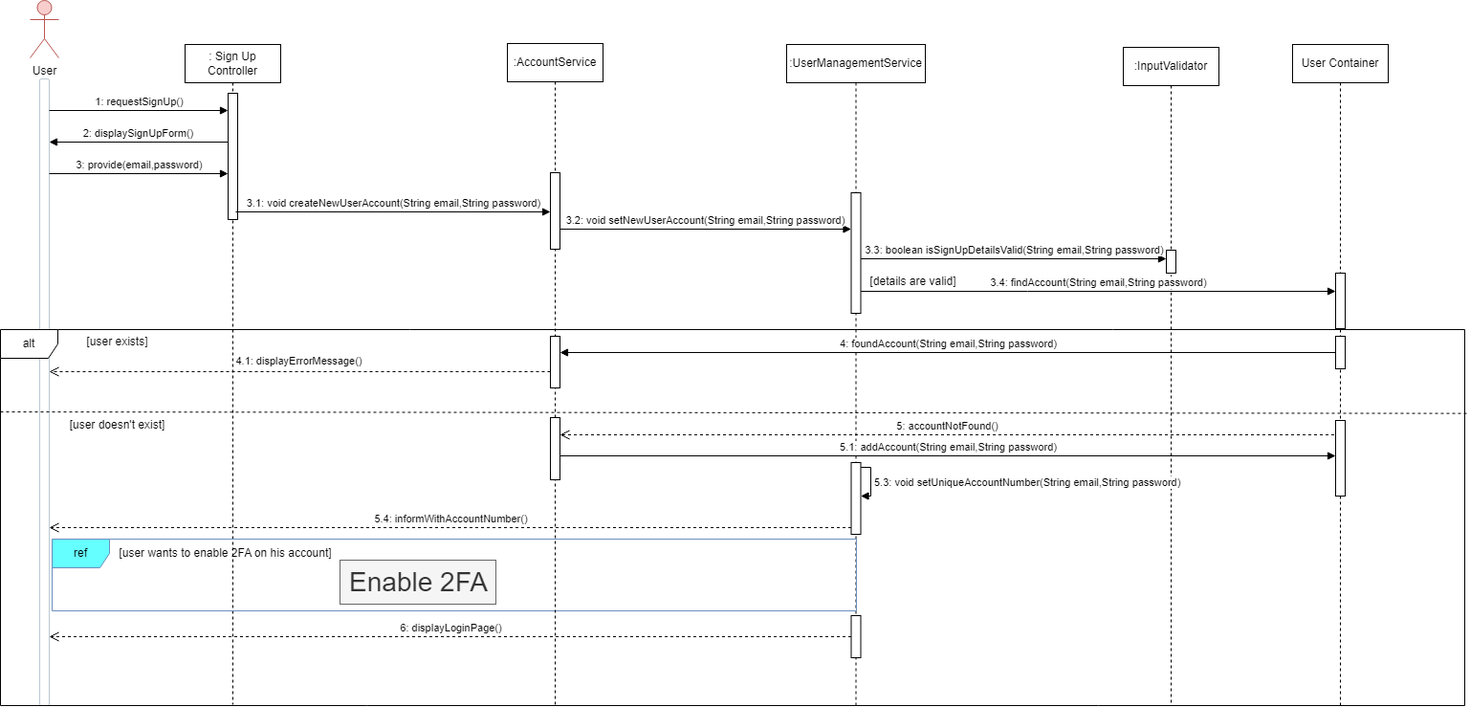
Earlier version of the draw.io export Diagrams/Sign Up.drawio.png (NemesisXVll/SDPGroupRepo). Source tidied: cells renumbered, new cells last; positions are measured from the earlier drawing's top-left corner, leaving out a move shared by most shapes.
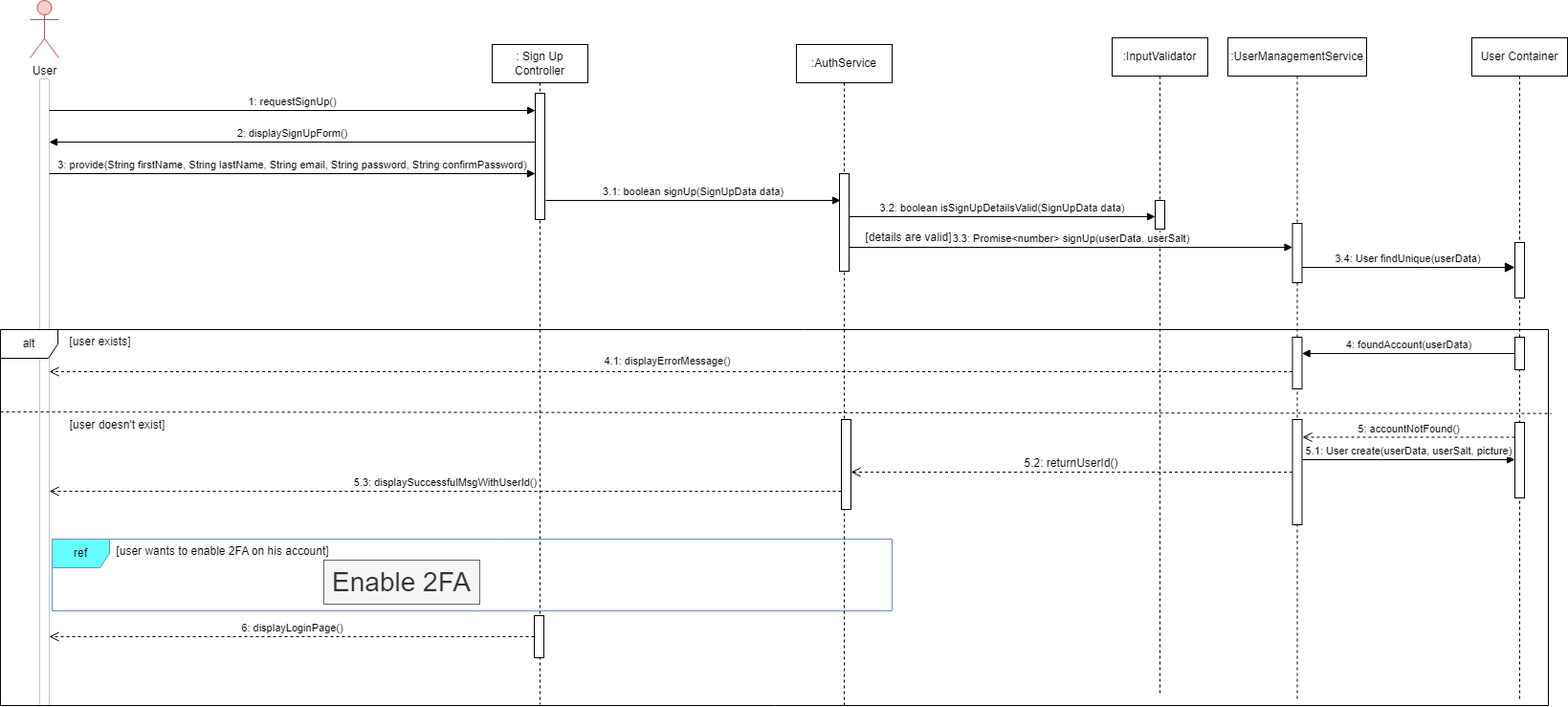
Later version of the same file.

The edit, as a diff of the source:
```diff
@@ -1,2 +1,2 @@
-<mxGraphModel>
+<mxGraphModel background="#ffffff">
   <root>
@@ -5,9 +5,9 @@
     <mxCell id="2" value="User" style="shape=umlActor;verticalLabelPosition=bottom;verticalAlign=top;html=1;rounded=1;labelBackgroundColor=none;fillColor=#f8cecc;strokeColor=#b85450;" parent="1" vertex="1">
-      <mxGeometry x="31" width="30" height="60" as="geometry" />
+      <mxGeometry x="373" y="447" width="30" height="60" as="geometry" />
     </mxCell>
-    <mxCell id="3" style="html=1;points=[];perimeter=orthogonalPerimeter;outlineConnect=0;targetShapes=umlLifeline;portConstraint=eastwest;newEdgeStyle={&quot;edgeStyle&quot;:&quot;elbowEdgeStyle&quot;,&quot;elbow&quot;:&quot;vertical&quot;,&quot;curved&quot;:0,&quot;rounded&quot;:0};rounded=1;labelBackgroundColor=none;fillColor=#FFFFFF;strokeColor=#BAC8D3;fontColor=#182E3E;" parent="1" vertex="1">
-      <mxGeometry x="41" y="82" width="10" height="655" as="geometry" />
-    </mxCell>
+    <mxCell id="42" style="html=1;points=[];perimeter=orthogonalPerimeter;outlineConnect=0;targetShapes=umlLifeline;portConstraint=eastwest;newEdgeStyle={&quot;edgeStyle&quot;:&quot;elbowEdgeStyle&quot;,&quot;elbow&quot;:&quot;vertical&quot;,&quot;curved&quot;:0,&quot;rounded&quot;:0};rounded=1;labelBackgroundColor=none;fillColor=#FFFFFF;strokeColor=#BAC8D3;fontColor=#182E3E;" parent="1" vertex="1">
+      <mxGeometry x="383" y="529" width="10" height="655" as="geometry" />
+    </mxCell>
     <mxCell id="4" value=": Sign Up Controller" style="shape=umlLifeline;perimeter=lifelinePerimeter;whiteSpace=wrap;html=1;newEdgeStyle={&quot;curved&quot;:0,&quot;rounded&quot;:0};" parent="1" vertex="1">
-      <mxGeometry x="193" y="46" width="100" height="690" as="geometry" />
+      <mxGeometry x="856" y="493" width="100" height="690" as="geometry" />
     </mxCell>
@@ -16,23 +16,38 @@
     </mxCell>
+    <mxCell id="43" style="html=1;points=[[0,0,0,0,5],[0,1,0,0,-5],[1,0,0,0,5],[1,1,0,0,-5]];perimeter=orthogonalPerimeter;outlineConnect=0;targetShapes=umlLifeline;portConstraint=eastwest;newEdgeStyle={&quot;curved&quot;:0,&quot;rounded&quot;:0};" parent="4" vertex="1">
+      <mxGeometry x="44" y="597" width="10" height="44" as="geometry" />
+    </mxCell>
     <mxCell id="6" value=":InputValidator" style="shape=umlLifeline;perimeter=lifelinePerimeter;whiteSpace=wrap;html=1;newEdgeStyle={&quot;curved&quot;:0,&quot;rounded&quot;:0};" parent="1" vertex="1">
-      <mxGeometry x="1174" y="49" width="100" height="687" as="geometry" />
+      <mxGeometry x="1504" y="486" width="100" height="687" as="geometry" />
     </mxCell>
-    <mxCell id="7" style="html=1;perimeter=orthogonalPerimeter;targetShapes=umlLifeline;newEdgeStyle={&quot;curved&quot;:0,&quot;rounded&quot;:0};" parent="6" vertex="1">
-      <mxGeometry x="45" y="212" width="10" height="24" as="geometry" />
-    </mxCell>
+    <mxCell id="44" style="html=1;perimeter=orthogonalPerimeter;targetShapes=umlLifeline;newEdgeStyle={&quot;curved&quot;:0,&quot;rounded&quot;:0};" parent="6" vertex="1">
+      <mxGeometry x="45" y="170" width="10" height="30" as="geometry" />
+    </mxCell>
     <mxCell id="8" value=":UserManagementService" style="shape=umlLifeline;perimeter=lifelinePerimeter;whiteSpace=wrap;html=1;newEdgeStyle={&quot;curved&quot;:0,&quot;rounded&quot;:0};" parent="1" vertex="1">
-      <mxGeometry x="822" y="46" width="145" height="692" as="geometry" />
+      <mxGeometry x="1625" y="486" width="145" height="692" as="geometry" />
     </mxCell>
-    <mxCell id="9" style="html=1;perimeter=orthogonalPerimeter;targetShapes=umlLifeline;newEdgeStyle={&quot;curved&quot;:0,&quot;rounded&quot;:0};" parent="8" vertex="1">
-      <mxGeometry x="67.5" y="155" width="10" height="126" as="geometry" />
-    </mxCell>
+    <mxCell id="45" style="html=1;points=[[0,0,0,0,5],[0,1,0,0,-5],[1,0,0,0,5],[1,1,0,0,-5]];perimeter=orthogonalPerimeter;outlineConnect=0;targetShapes=umlLifeline;portConstraint=eastwest;newEdgeStyle={&quot;curved&quot;:0,&quot;rounded&quot;:0};" parent="8" vertex="1">
+      <mxGeometry x="67.5" y="194" width="10" height="62" as="geometry" />
+    </mxCell>
+    <mxCell id="46" style="html=1;points=[[0,0,0,0,5],[0,1,0,0,-5],[1,0,0,0,5],[1,1,0,0,-5]];perimeter=orthogonalPerimeter;outlineConnect=0;targetShapes=umlLifeline;portConstraint=eastwest;newEdgeStyle={&quot;curved&quot;:0,&quot;rounded&quot;:0};" parent="8" vertex="1">
+      <mxGeometry x="67.5" y="313" width="10" height="54" as="geometry" />
+    </mxCell>
+    <mxCell id="47" style="html=1;points=[[0,0,0,0,5],[0,1,0,0,-5],[1,0,0,0,5],[1,1,0,0,-5]];perimeter=orthogonalPerimeter;outlineConnect=0;targetShapes=umlLifeline;portConstraint=eastwest;newEdgeStyle={&quot;curved&quot;:0,&quot;rounded&quot;:0};" parent="8" vertex="1">
+      <mxGeometry x="67.5" y="399" width="10" height="110" as="geometry" />
+    </mxCell>
     <mxCell id="10" value="User Container" style="shape=umlLifeline;perimeter=lifelinePerimeter;whiteSpace=wrap;html=1;newEdgeStyle={&quot;curved&quot;:0,&quot;rounded&quot;:0};" parent="1" vertex="1">
-      <mxGeometry x="1351" y="46" width="100" height="691" as="geometry" />
+      <mxGeometry x="1880" y="486" width="100" height="691" as="geometry" />
     </mxCell>
-    <mxCell id="11" style="html=1;perimeter=orthogonalPerimeter;targetShapes=umlLifeline;newEdgeStyle={&quot;curved&quot;:0,&quot;rounded&quot;:0};" parent="10" vertex="1">
-      <mxGeometry x="45" y="239" width="10" height="58" as="geometry" />
-    </mxCell>
+    <mxCell id="48" style="html=1;points=[[0,0,0,0,5],[0,1,0,0,-5],[1,0,0,0,5],[1,1,0,0,-5]];perimeter=orthogonalPerimeter;outlineConnect=0;targetShapes=umlLifeline;portConstraint=eastwest;newEdgeStyle={&quot;curved&quot;:0,&quot;rounded&quot;:0};" parent="10" vertex="1">
+      <mxGeometry x="45" y="214" width="10" height="58" as="geometry" />
+    </mxCell>
+    <mxCell id="49" style="html=1;points=[[0,0,0,0,5],[0,1,0,0,-5],[1,0,0,0,5],[1,1,0,0,-5]];perimeter=orthogonalPerimeter;outlineConnect=0;targetShapes=umlLifeline;portConstraint=eastwest;newEdgeStyle={&quot;curved&quot;:0,&quot;rounded&quot;:0};" parent="10" vertex="1">
+      <mxGeometry x="45" y="313" width="10" height="34" as="geometry" />
+    </mxCell>
+    <mxCell id="50" style="html=1;points=[[0,0,0,0,5],[0,1,0,0,-5],[1,0,0,0,5],[1,1,0,0,-5]];perimeter=orthogonalPerimeter;outlineConnect=0;targetShapes=umlLifeline;portConstraint=eastwest;newEdgeStyle={&quot;curved&quot;:0,&quot;rounded&quot;:0};" parent="10" vertex="1">
+      <mxGeometry x="45" y="402" width="10" height="79" as="geometry" />
+    </mxCell>
     <mxCell id="12" value="1: requestSignUp()" style="html=1;verticalAlign=bottom;endArrow=block;curved=0;rounded=0;" parent="1" edge="1" target="5">
       <mxGeometry relative="1" as="geometry">
-        <mxPoint x="51" y="115" as="sourcePoint" />
+        <mxPoint x="393" y="562" as="sourcePoint" />
       </mxGeometry>
@@ -41,45 +56,41 @@
       <mxGeometry relative="1" as="geometry">
-        <mxPoint x="51" y="148" as="targetPoint" />
+        <mxPoint x="393" y="595" as="targetPoint" />
       </mxGeometry>
     </mxCell>
-    <mxCell id="14" value="3: provide(email,password)" style="html=1;verticalAlign=bottom;endArrow=block;curved=0;rounded=0;" parent="1" edge="1" target="5">
-      <mxGeometry relative="1" as="geometry">
-        <mxPoint x="51" y="181" as="sourcePoint" />
-      </mxGeometry>
-    </mxCell>
-    <mxCell id="15" value="3.1: void createNewUserAccount(String email,String password)" style="html=1;verticalAlign=bottom;endArrow=block;curved=0;rounded=0;" parent="1" edge="1" target="38">
-      <mxGeometry relative="1" as="geometry">
-        <mxPoint x="246" y="221" as="sourcePoint" />
-      </mxGeometry>
-    </mxCell>
-    <mxCell id="16" value="3.3: boolean isSignUpDetailsValid(String email,String password)" style="html=1;verticalAlign=bottom;endArrow=block;curved=0;rounded=0;" parent="1" edge="1">
-      <mxGeometry relative="1" as="geometry">
-        <mxPoint x="899.5" y="270" as="sourcePoint" />
-        <mxPoint x="1219" y="270" as="targetPoint" />
-      </mxGeometry>
-    </mxCell>
-    <mxCell id="17" value="3.4: findAccount(String email,String password)" style="html=1;verticalAlign=bottom;endArrow=block;curved=0;rounded=0;" parent="1" edge="1">
-      <mxGeometry relative="1" as="geometry">
-        <mxPoint x="899.5" y="304" as="sourcePoint" />
-        <mxPoint x="1396" y="304" as="targetPoint" />
-        <Array as="points">
-          <mxPoint x="1074" y="304" />
-        </Array>
-      </mxGeometry>
-    </mxCell>
+    <mxCell id="51" value="3: provide(String firstName, String lastName, String email, String password, String confirmPassword)" style="html=1;verticalAlign=bottom;endArrow=block;curved=0;rounded=0;" parent="1" edge="1" target="5">
+      <mxGeometry relative="1" as="geometry">
+        <mxPoint x="393" y="628" as="sourcePoint" />
+      </mxGeometry>
+    </mxCell>
+    <mxCell id="52" value="3.1: boolean signUp(SignUpData data)" style="html=1;verticalAlign=bottom;endArrow=block;curved=0;rounded=0;" parent="1" edge="1">
+      <mxGeometry relative="1" as="geometry">
+        <mxPoint x="912" y="656" as="sourcePoint" />
+        <mxPoint x="1220" y="656" as="targetPoint" />
+      </mxGeometry>
+    </mxCell>
+    <mxCell id="53" value="3.2: boolean isSignUpDetailsValid(SignUpData data)" style="html=1;verticalAlign=bottom;endArrow=block;curved=0;rounded=0;" parent="1" edge="1">
+      <mxGeometry relative="1" as="geometry">
+        <mxPoint x="1229" y="673" as="sourcePoint" />
+        <mxPoint x="1549" y="673" as="targetPoint" />
+      </mxGeometry>
+    </mxCell>
+    <mxCell id="54" value="3.3: Promise&amp;lt;number&amp;gt; signUp(userData, userSalt)" style="html=1;verticalAlign=bottom;endArrow=block;curved=0;rounded=0;" parent="1" edge="1" source="59" target="45">
+      <mxGeometry relative="1" as="geometry">
+        <Array as="points">
+          <mxPoint x="1406.5" y="705" />
+        </Array>
+      </mxGeometry>
+    </mxCell>
     <mxCell id="18" value="alt" style="shape=umlFrame;whiteSpace=wrap;html=1;" parent="1" vertex="1">
-      <mxGeometry y="344" width="1531" height="393" as="geometry" />
+      <mxGeometry x="342" y="791" width="1618" height="393" as="geometry" />
     </mxCell>
-    <mxCell id="19" style="html=1;points=[[0,0,0,0,5],[0,1,0,0,-5],[1,0,0,0,5],[1,1,0,0,-5]];perimeter=orthogonalPerimeter;outlineConnect=0;targetShapes=umlLifeline;portConstraint=eastwest;newEdgeStyle={&quot;curved&quot;:0,&quot;rounded&quot;:0};" parent="1" vertex="1">
-      <mxGeometry x="1396" y="351" width="10" height="34" as="geometry" />
-    </mxCell>
     <mxCell id="20" value="[user exists]" style="text;html=1;align=center;verticalAlign=middle;strokeColor=none;fillColor=none;" parent="1" vertex="1">
-      <mxGeometry x="81" y="344" width="82" height="26" as="geometry" />
+      <mxGeometry x="405" y="791" width="82" height="26" as="geometry" />
     </mxCell>
-    <mxCell id="21" value="4: foundAccount(String email,String password)" style="html=1;verticalAlign=bottom;endArrow=block;curved=0;rounded=0;" parent="1" edge="1" source="19" target="39">
-      <mxGeometry relative="1" as="geometry" />
-    </mxCell>
+    <mxCell id="55" value="4: foundAccount(userData)" style="html=1;verticalAlign=bottom;endArrow=block;curved=0;rounded=0;" parent="1" edge="1" source="49" target="46">
+      <mxGeometry relative="1" as="geometry" />
+    </mxCell>
-    <mxCell id="22" value="4.1: displayErrorMessage()" style="html=1;verticalAlign=bottom;endArrow=open;dashed=1;endSize=8;curved=0;rounded=0;" parent="1" edge="1" source="39">
+    <mxCell id="22" value="4.1: displayErrorMessage()" style="html=1;verticalAlign=bottom;endArrow=open;dashed=1;endSize=8;curved=0;rounded=0;" parent="1" edge="1" source="46">
       <mxGeometry x="0.01" y="-2" relative="1" as="geometry">
-        <mxPoint x="51" y="388" as="targetPoint" />
+        <mxPoint x="393" y="835" as="targetPoint" />
       </mxGeometry>
@@ -90,48 +101,30 @@
     <mxCell id="24" value="[user doesn't exist]" style="text;html=1;align=center;verticalAlign=middle;strokeColor=none;fillColor=none;" parent="1" vertex="1">
-      <mxGeometry x="63" y="431" width="118" height="26" as="geometry" />
+      <mxGeometry x="405" y="878" width="118" height="26" as="geometry" />
     </mxCell>
-    <mxCell id="25" style="html=1;perimeter=orthogonalPerimeter;targetShapes=umlLifeline;newEdgeStyle={&quot;curved&quot;:0,&quot;rounded&quot;:0};" parent="1" vertex="1">
-      <mxGeometry x="1396" y="439" width="10" height="79" as="geometry" />
-    </mxCell>
-    <mxCell id="26" style="html=1;points=[[0,0,0,0,5],[0,1,0,0,-5],[1,0,0,0,5],[1,1,0,0,-5]];perimeter=orthogonalPerimeter;outlineConnect=0;targetShapes=umlLifeline;portConstraint=eastwest;newEdgeStyle={&quot;curved&quot;:0,&quot;rounded&quot;:0};" parent="1" vertex="1">
-      <mxGeometry x="889.5" y="483" width="10" height="75" as="geometry" />
-    </mxCell>
-    <mxCell id="27" value="5: accountNotFound()" style="html=1;verticalAlign=bottom;endArrow=open;dashed=1;endSize=8;curved=0;rounded=0;" parent="1" edge="1" target="40">
+    <mxCell id="27" value="5: accountNotFound()" style="html=1;verticalAlign=bottom;endArrow=open;dashed=1;endSize=8;curved=0;rounded=0;" parent="1" edge="1" source="50">
       <mxGeometry relative="1" as="geometry">
-        <mxPoint x="1394.5" y="454" as="sourcePoint" />
+        <mxPoint x="1703" y="903.5" as="targetPoint" />
       </mxGeometry>
     </mxCell>
-    <mxCell id="28" value="5.1: addAccount(String email,String password)" style="html=1;verticalAlign=bottom;endArrow=block;curved=0;rounded=0;" parent="1" edge="1" source="40">
-      <mxGeometry relative="1" as="geometry">
-        <mxPoint x="1396" y="476" as="targetPoint" />
-      </mxGeometry>
-    </mxCell>
-    <mxCell id="29" value="5.3: void setUniqueAccountNumber(String email,String password)" style="html=1;align=left;spacingLeft=2;endArrow=block;rounded=0;edgeStyle=orthogonalEdgeStyle;curved=0;rounded=0;" parent="1" edge="1">
-      <mxGeometry relative="1" as="geometry">
-        <mxPoint x="899.5" y="488" as="sourcePoint" />
-        <mxPoint x="899.5" y="518" as="targetPoint" />
-        <Array as="points">
-          <mxPoint x="910" y="488" />
-          <mxPoint x="910" y="518" />
-        </Array>
-      </mxGeometry>
-    </mxCell>
+    <mxCell id="56" value="5.1: User create(userData, userSalt, picture)" style="html=1;verticalAlign=bottom;endArrow=block;curved=0;rounded=0;" parent="1" edge="1" target="50">
+      <mxGeometry relative="1" as="geometry">
+        <mxPoint x="1703" y="927" as="sourcePoint" />
+      </mxGeometry>
+    </mxCell>
     <mxCell id="30" value="ref" style="shape=umlFrame;whiteSpace=wrap;html=1;fillColor=#66FFFF;strokeColor=#6c8ebf;" parent="1" vertex="1">
-      <mxGeometry x="54" y="563" width="841" height="75" as="geometry" />
+      <mxGeometry x="396" y="1010" width="878" height="75" as="geometry" />
     </mxCell>
     <mxCell id="31" value="&lt;font style=&quot;font-size: 28px;&quot;&gt;Enable 2FA&lt;/font&gt;" style="text;html=1;align=center;verticalAlign=middle;strokeColor=#666666;fillColor=#f5f5f5;fontColor=#333333;" parent="1" vertex="1">
-      <mxGeometry x="355" y="585" width="163" height="46" as="geometry" />
+      <mxGeometry x="680" y="1032" width="163" height="46" as="geometry" />
     </mxCell>
     <mxCell id="32" value="[user wants to enable 2FA on his account]" style="text;html=1;align=center;verticalAlign=middle;strokeColor=none;fillColor=none;" parent="1" vertex="1">
-      <mxGeometry x="115" y="565" width="240" height="26" as="geometry" />
+      <mxGeometry x="454" y="1010" width="240" height="26" as="geometry" />
     </mxCell>
-    <mxCell id="33" value="5.4: informWithAccountNumber()" style="html=1;verticalAlign=bottom;endArrow=open;dashed=1;endSize=8;curved=0;rounded=0;entryX=1.526;entryY=0.629;entryDx=0;entryDy=0;entryPerimeter=0;" parent="1" edge="1" source="26">
-      <mxGeometry relative="1" as="geometry">
-        <mxPoint x="51" y="551" as="targetPoint" />
-      </mxGeometry>
-    </mxCell>
-    <mxCell id="34" style="html=1;points=[[0,0,0,0,5],[0,1,0,0,-5],[1,0,0,0,5],[1,1,0,0,-5]];perimeter=orthogonalPerimeter;outlineConnect=0;targetShapes=umlLifeline;portConstraint=eastwest;newEdgeStyle={&quot;curved&quot;:0,&quot;rounded&quot;:0};" parent="1" vertex="1">
-      <mxGeometry x="889.5" y="643" width="10" height="44" as="geometry" />
-    </mxCell>
+    <mxCell id="57" value="5.3: displaySuccessfulMsgWithUserId()" style="html=1;verticalAlign=bottom;endArrow=open;dashed=1;endSize=8;curved=0;rounded=0;" parent="1" edge="1">
+      <mxGeometry relative="1" as="geometry">
+        <mxPoint x="1221" y="960" as="sourcePoint" />
+        <mxPoint x="393" y="960" as="targetPoint" />
+      </mxGeometry>
+    </mxCell>
-    <mxCell id="35" value="6: displayLoginPage()" style="html=1;verticalAlign=bottom;endArrow=open;dashed=1;endSize=8;curved=0;rounded=0;" parent="1" edge="1" source="34" target="3">
+    <mxCell id="35" value="6: displayLoginPage()" style="html=1;verticalAlign=bottom;endArrow=open;dashed=1;endSize=8;curved=0;rounded=0;" parent="1" edge="1" source="43" target="42">
       <mxGeometry relative="1" as="geometry" />
@@ -139,21 +132,21 @@
     <mxCell id="36" value="[details are valid]" style="text;html=1;align=center;verticalAlign=middle;strokeColor=none;fillColor=none;" parent="1" vertex="1">
-      <mxGeometry x="899.5" y="281" width="108" height="26" as="geometry" />
+      <mxGeometry x="1237" y="682" width="108" height="26" as="geometry" />
     </mxCell>
-    <mxCell id="37" value=":AccountService" style="shape=umlLifeline;perimeter=lifelinePerimeter;whiteSpace=wrap;html=1;newEdgeStyle={&quot;curved&quot;:0,&quot;rounded&quot;:0};" parent="1" vertex="1">
-      <mxGeometry x="530" y="45" width="100" height="691" as="geometry" />
-    </mxCell>
-    <mxCell id="38" style="html=1;points=[[0,0,0,0,5],[0,1,0,0,-5],[1,0,0,0,5],[1,1,0,0,-5]];perimeter=orthogonalPerimeter;outlineConnect=0;targetShapes=umlLifeline;portConstraint=eastwest;newEdgeStyle={&quot;curved&quot;:0,&quot;rounded&quot;:0};" parent="37" vertex="1">
-      <mxGeometry x="45" y="135" width="10" height="80" as="geometry" />
-    </mxCell>
-    <mxCell id="39" style="html=1;points=[[0,0,0,0,5],[0,1,0,0,-5],[1,0,0,0,5],[1,1,0,0,-5]];perimeter=orthogonalPerimeter;outlineConnect=0;targetShapes=umlLifeline;portConstraint=eastwest;newEdgeStyle={&quot;curved&quot;:0,&quot;rounded&quot;:0};" parent="37" vertex="1">
-      <mxGeometry x="45" y="306" width="10" height="54" as="geometry" />
-    </mxCell>
-    <mxCell id="40" style="html=1;points=[[0,0,0,0,5],[0,1,0,0,-5],[1,0,0,0,5],[1,1,0,0,-5]];perimeter=orthogonalPerimeter;outlineConnect=0;targetShapes=umlLifeline;portConstraint=eastwest;newEdgeStyle={&quot;curved&quot;:0,&quot;rounded&quot;:0};" parent="37" vertex="1">
-      <mxGeometry x="45" y="391" width="10" height="65" as="geometry" />
-    </mxCell>
-    <mxCell id="41" value="3.2: void setNewUserAccount(String email,String password)" style="html=1;verticalAlign=bottom;endArrow=block;curved=0;rounded=0;" parent="1" edge="1" source="38">
-      <mxGeometry relative="1" as="geometry">
-        <mxPoint x="889.5" y="239" as="targetPoint" />
-      </mxGeometry>
-    </mxCell>
+    <mxCell id="58" value=":AuthService" style="shape=umlLifeline;perimeter=lifelinePerimeter;whiteSpace=wrap;html=1;newEdgeStyle={&quot;curved&quot;:0,&quot;rounded&quot;:0};" parent="1" vertex="1">
+      <mxGeometry x="1174" y="493" width="100" height="691" as="geometry" />
+    </mxCell>
+    <mxCell id="59" style="html=1;points=[[0,0,0,0,5],[0,1,0,0,-5],[1,0,0,0,5],[1,1,0,0,-5]];perimeter=orthogonalPerimeter;outlineConnect=0;targetShapes=umlLifeline;portConstraint=eastwest;newEdgeStyle={&quot;curved&quot;:0,&quot;rounded&quot;:0};" parent="58" vertex="1">
+      <mxGeometry x="45" y="135" width="10" height="102" as="geometry" />
+    </mxCell>
+    <mxCell id="60" style="html=1;points=[[0,0,0,0,5],[0,1,0,0,-5],[1,0,0,0,5],[1,1,0,0,-5]];perimeter=orthogonalPerimeter;outlineConnect=0;targetShapes=umlLifeline;portConstraint=eastwest;newEdgeStyle={&quot;curved&quot;:0,&quot;rounded&quot;:0};" parent="58" vertex="1">
+      <mxGeometry x="47" y="392" width="10" height="94" as="geometry" />
+    </mxCell>
+    <mxCell id="61" value="3.4: User findUnique(userData)" style="html=1;verticalAlign=bottom;endArrow=block;curved=0;rounded=0;fontSize=11;startSize=8;endSize=8;" parent="1" edge="1" target="48">
+      <mxGeometry relative="1" as="geometry">
+        <mxPoint x="1702.5" y="726" as="sourcePoint" />
+      </mxGeometry>
+    </mxCell>
+    <mxCell id="62" value="5.2: returnUserId()" style="html=1;verticalAlign=bottom;endArrow=open;dashed=1;endSize=8;curved=0;rounded=0;fontSize=12;" parent="1" edge="1" source="47" target="60">
+      <mxGeometry relative="1" as="geometry" />
+    </mxCell>
   </root>
```
